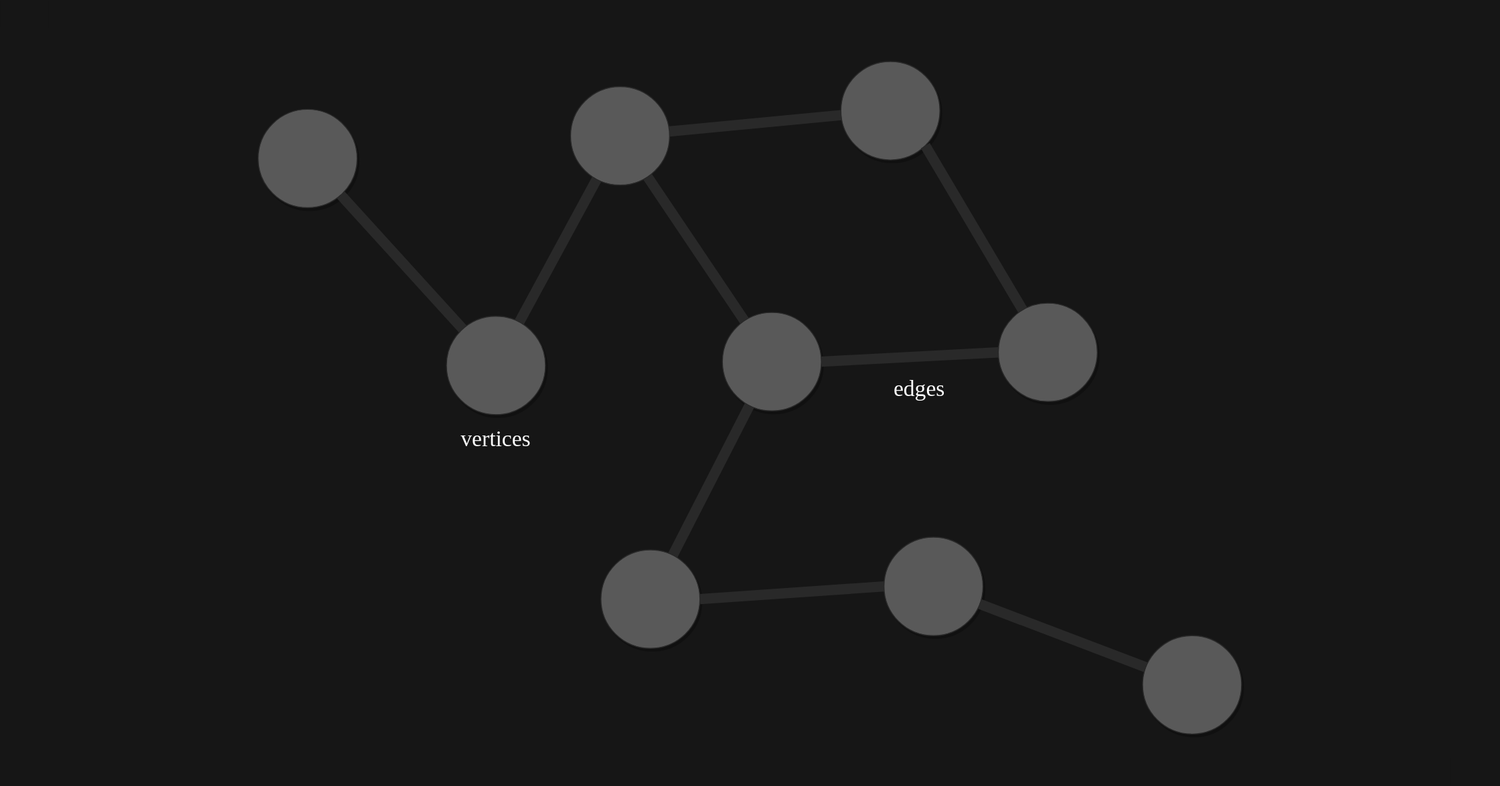
This is source/asset/mhs/graph.svg from jktrn/enscribe.dev-hexo, a draw.io export, as it was before one commit. Source tidied: cells renumbered, new cells last; positions are measured from the earlier drawing's top-left corner, leaving out a move shared by most shapes. The source it was exported from:
```xml
<mxGraphModel background="#161616">
  <root>
    <mxCell id="0" />
    <mxCell id="1" parent="0" />
    <mxCell id="2" style="whiteSpace=wrap;html=1;hachureGap=4;fontFamily=Architects Daughter;fontSource=https%3A%2F%2Ffonts.googleapis.com%2Fcss%3Ffamily%3DArchitects%2BDaughter;fontSize=20;strokeColor=none;rounded=0;glass=0;fillColor=#161616;fillStyle=solid;" parent="1" vertex="1">
      <mxGeometry width="51.6" height="29" as="geometry" />
    </mxCell>
    <mxCell id="3" style="whiteSpace=wrap;html=1;hachureGap=4;fontFamily=Architects Daughter;fontSource=https%3A%2F%2Ffonts.googleapis.com%2Fcss%3Ffamily%3DArchitects%2BDaughter;fontSize=20;strokeColor=none;rounded=0;glass=0;fillColor=#161616;fillStyle=solid;" parent="1" vertex="1">
      <mxGeometry x="1548" y="809" width="51.6" height="29" as="geometry" />
    </mxCell>
    <mxCell id="4" style="ellipse;whiteSpace=wrap;html=1;rounded=1;shadow=0;comic=0;labelBackgroundColor=none;strokeWidth=1;fontFamily=JetBrains Mono;fontSize=24;align=center;fontSource=https%3A%2F%2Ffonts.googleapis.com%2Fcss%3Ffamily%3DJetBrains%2BMono;fillColor=#595959;strokeColor=#292929;fontColor=#FFFFFF;" parent="1" vertex="1">
      <mxGeometry x="608.5" y="91.8" width="105.7" height="105.1" as="geometry" />
    </mxCell>
    <mxCell id="5" style="ellipse;whiteSpace=wrap;html=1;rounded=1;shadow=1;comic=0;labelBackgroundColor=none;strokeWidth=1;fontFamily=JetBrains Mono;fontSize=24;align=center;fontSource=https%3A%2F%2Ffonts.googleapis.com%2Fcss%3Ffamily%3DJetBrains%2BMono;fillColor=#595959;strokeColor=#292929;fontColor=#FFFFFF;" parent="1" vertex="1">
      <mxGeometry x="770.5" y="333" width="105.7" height="105.1" as="geometry" />
    </mxCell>
    <mxCell id="6" style="edgeStyle=none;rounded=1;html=1;labelBackgroundColor=none;startArrow=none;startFill=0;endArrow=none;endFill=0;jettySize=auto;strokeColor=#292929;strokeWidth=11;fontFamily=JetBrains Mono;fontSize=12;fontSource=https%3A%2F%2Ffonts.googleapis.com%2Fcss%3Ffamily%3DJetBrains%2BMono;" parent="1" edge="1" source="4" target="5">
      <mxGeometry relative="1" as="geometry" />
    </mxCell>
    <mxCell id="7" style="ellipse;whiteSpace=wrap;html=1;rounded=1;shadow=1;comic=0;labelBackgroundColor=none;strokeWidth=1;fontFamily=JetBrains Mono;fontSize=24;align=center;fontSource=https%3A%2F%2Ffonts.googleapis.com%2Fcss%3Ffamily%3DJetBrains%2BMono;fillColor=#595959;strokeColor=#292929;fontColor=#FFFFFF;" parent="1" vertex="1">
      <mxGeometry x="897" y="65" width="105.7" height="105.1" as="geometry" />
    </mxCell>
    <mxCell id="8" style="edgeStyle=none;rounded=1;html=1;labelBackgroundColor=none;startArrow=none;startFill=0;endArrow=none;endFill=0;jettySize=auto;strokeColor=#292929;strokeWidth=11;fontFamily=JetBrains Mono;fontSize=12;fontSource=https%3A%2F%2Ffonts.googleapis.com%2Fcss%3Ffamily%3DJetBrains%2BMono;" parent="1" edge="1" source="4" target="7">
      <mxGeometry relative="1" as="geometry" />
    </mxCell>
    <mxCell id="9" style="ellipse;whiteSpace=wrap;html=1;rounded=1;shadow=1;comic=0;labelBackgroundColor=none;strokeWidth=1;fontFamily=JetBrains Mono;fontSize=24;align=center;fontSource=https%3A%2F%2Ffonts.googleapis.com%2Fcss%3Ffamily%3DJetBrains%2BMono;fillColor=#595959;strokeColor=#292929;fontColor=#FFFFFF;" parent="1" vertex="1">
      <mxGeometry x="476" y="337" width="105.7" height="105.1" as="geometry" />
    </mxCell>
    <mxCell id="10" style="edgeStyle=none;rounded=1;html=1;labelBackgroundColor=none;startArrow=none;startFill=0;endArrow=none;endFill=0;jettySize=auto;strokeColor=#292929;strokeWidth=11;fontFamily=JetBrains Mono;fontSize=12;fontSource=https%3A%2F%2Ffonts.googleapis.com%2Fcss%3Ffamily%3DJetBrains%2BMono;" parent="1" edge="1" source="4" target="9">
      <mxGeometry relative="1" as="geometry" />
    </mxCell>
    <mxCell id="11" style="edgeStyle=none;jettySize=auto;html=1;strokeColor=#292929;strokeWidth=11;fontFamily=JetBrains Mono;fontSource=https%3A%2F%2Ffonts.googleapis.com%2Fcss%3Ffamily%3DJetBrains%2BMono;fontSize=24;fontColor=#FFFFFF;endArrow=none;endFill=0;" parent="1" edge="1" source="12" target="5">
      <mxGeometry relative="1" as="geometry" />
    </mxCell>
    <mxCell id="12" style="ellipse;whiteSpace=wrap;html=1;rounded=1;shadow=1;comic=0;labelBackgroundColor=none;strokeWidth=1;fontFamily=JetBrains Mono;fontSize=24;align=center;fontSource=https%3A%2F%2Ffonts.googleapis.com%2Fcss%3Ffamily%3DJetBrains%2BMono;fillColor=#595959;strokeColor=#292929;fontColor=#FFFFFF;" parent="1" vertex="1">
      <mxGeometry x="640.9" y="586.6" width="105.7" height="105.1" as="geometry" />
    </mxCell>
    <mxCell id="13" style="ellipse;whiteSpace=wrap;html=1;rounded=1;shadow=1;comic=0;labelBackgroundColor=none;strokeWidth=1;fontFamily=JetBrains Mono;fontSize=24;align=center;fontSource=https%3A%2F%2Ffonts.googleapis.com%2Fcss%3Ffamily%3DJetBrains%2BMono;fillColor=#595959;strokeColor=#292929;fontColor=#FFFFFF;" parent="1" vertex="1">
      <mxGeometry x="275" y="116" width="105.7" height="105.1" as="geometry" />
    </mxCell>
    <mxCell id="14" style="edgeStyle=none;rounded=1;html=1;labelBackgroundColor=none;startArrow=none;startFill=0;endArrow=none;endFill=0;jettySize=auto;strokeColor=#292929;strokeWidth=11;fontFamily=JetBrains Mono;fontSize=12;fontSource=https%3A%2F%2Ffonts.googleapis.com%2Fcss%3Ffamily%3DJetBrains%2BMono;" parent="1" edge="1" source="9" target="13">
      <mxGeometry relative="1" as="geometry" />
    </mxCell>
    <mxCell id="15" style="ellipse;whiteSpace=wrap;html=1;rounded=1;shadow=1;comic=0;labelBackgroundColor=none;strokeWidth=1;fontFamily=JetBrains Mono;fontSize=24;align=center;fontSource=https%3A%2F%2Ffonts.googleapis.com%2Fcss%3Ffamily%3DJetBrains%2BMono;fillColor=#595959;strokeColor=#292929;fontColor=#FFFFFF;" parent="1" vertex="1">
      <mxGeometry x="1065" y="323" width="105.7" height="105.1" as="geometry" />
    </mxCell>
    <mxCell id="16" style="ellipse;whiteSpace=wrap;html=1;rounded=1;shadow=1;comic=0;labelBackgroundColor=none;strokeWidth=1;fontFamily=JetBrains Mono;fontSize=24;align=center;fontSource=https%3A%2F%2Ffonts.googleapis.com%2Fcss%3Ffamily%3DJetBrains%2BMono;fillColor=#595959;strokeColor=#292929;fontColor=#FFFFFF;" parent="1" vertex="1">
      <mxGeometry x="1219" y="678.1" width="105.7" height="105.1" as="geometry" />
    </mxCell>
    <mxCell id="17" style="ellipse;whiteSpace=wrap;html=1;rounded=1;shadow=1;comic=0;labelBackgroundColor=none;strokeWidth=1;fontFamily=JetBrains Mono;fontSize=24;align=center;fontSource=https%3A%2F%2Ffonts.googleapis.com%2Fcss%3Ffamily%3DJetBrains%2BMono;fillColor=#595959;strokeColor=#292929;fontColor=#FFFFFF;" parent="1" vertex="1">
      <mxGeometry x="943" y="573" width="105.7" height="105.1" as="geometry" />
    </mxCell>
    <mxCell id="18" style="edgeStyle=none;rounded=1;html=1;labelBackgroundColor=none;startArrow=none;startFill=0;endArrow=none;endFill=0;jettySize=auto;strokeColor=#292929;strokeWidth=11;fontFamily=JetBrains Mono;fontSize=12;fontSource=https%3A%2F%2Ffonts.googleapis.com%2Fcss%3Ffamily%3DJetBrains%2BMono;exitX=1;exitY=1;exitDx=0;exitDy=0;" parent="1" edge="1" source="7" target="15">
      <mxGeometry relative="1" as="geometry" />
    </mxCell>
    <mxCell id="19" style="edgeStyle=none;jettySize=auto;html=1;strokeColor=#292929;strokeWidth=11;fontFamily=JetBrains Mono;fontSource=https%3A%2F%2Ffonts.googleapis.com%2Fcss%3Ffamily%3DJetBrains%2BMono;fontSize=24;fontColor=#FFFFFF;endArrow=none;endFill=0;entryX=0;entryY=0.5;entryDx=0;entryDy=0;exitX=1;exitY=0.5;exitDx=0;exitDy=0;" parent="1" edge="1" source="5" target="15">
      <mxGeometry relative="1" as="geometry" />
    </mxCell>
    <mxCell id="20" style="edgeStyle=none;jettySize=auto;html=1;strokeColor=#292929;strokeWidth=11;fontFamily=JetBrains Mono;fontSource=https%3A%2F%2Ffonts.googleapis.com%2Fcss%3Ffamily%3DJetBrains%2BMono;fontSize=24;fontColor=#FFFFFF;endArrow=none;endFill=0;exitX=1;exitY=0.5;exitDx=0;exitDy=0;entryX=0;entryY=0.5;entryDx=0;entryDy=0;" parent="1" edge="1" source="12" target="17">
      <mxGeometry relative="1" as="geometry" />
    </mxCell>
    <mxCell id="21" style="edgeStyle=none;jettySize=auto;html=1;strokeColor=#292929;strokeWidth=11;fontFamily=JetBrains Mono;fontSource=https%3A%2F%2Ffonts.googleapis.com%2Fcss%3Ffamily%3DJetBrains%2BMono;fontSize=24;fontColor=#FFFFFF;endArrow=none;endFill=0;" parent="1" edge="1" source="16" target="17">
      <mxGeometry relative="1" as="geometry" />
    </mxCell>
    <mxCell id="22" value="vertices" style="text;html=1;strokeColor=none;fillColor=none;align=center;verticalAlign=middle;whiteSpace=wrap;rounded=0;fontSize=24;fontFamily=JetBrains Mono;fontColor=#FFFFFF;" parent="1" vertex="1">
      <mxGeometry x="460.8" y="434" width="136" height="68" as="geometry" />
    </mxCell>
    <mxCell id="23" value="edges" style="text;html=1;strokeColor=none;fillColor=none;align=center;verticalAlign=middle;whiteSpace=wrap;rounded=0;fontSize=24;fontFamily=JetBrains Mono;fontColor=#FFFFFF;rotation=0;" parent="1" vertex="1">
      <mxGeometry x="912.7" y="397" width="136" height="37" as="geometry" />
    </mxCell>
  </root>
</mxGraphModel>
```
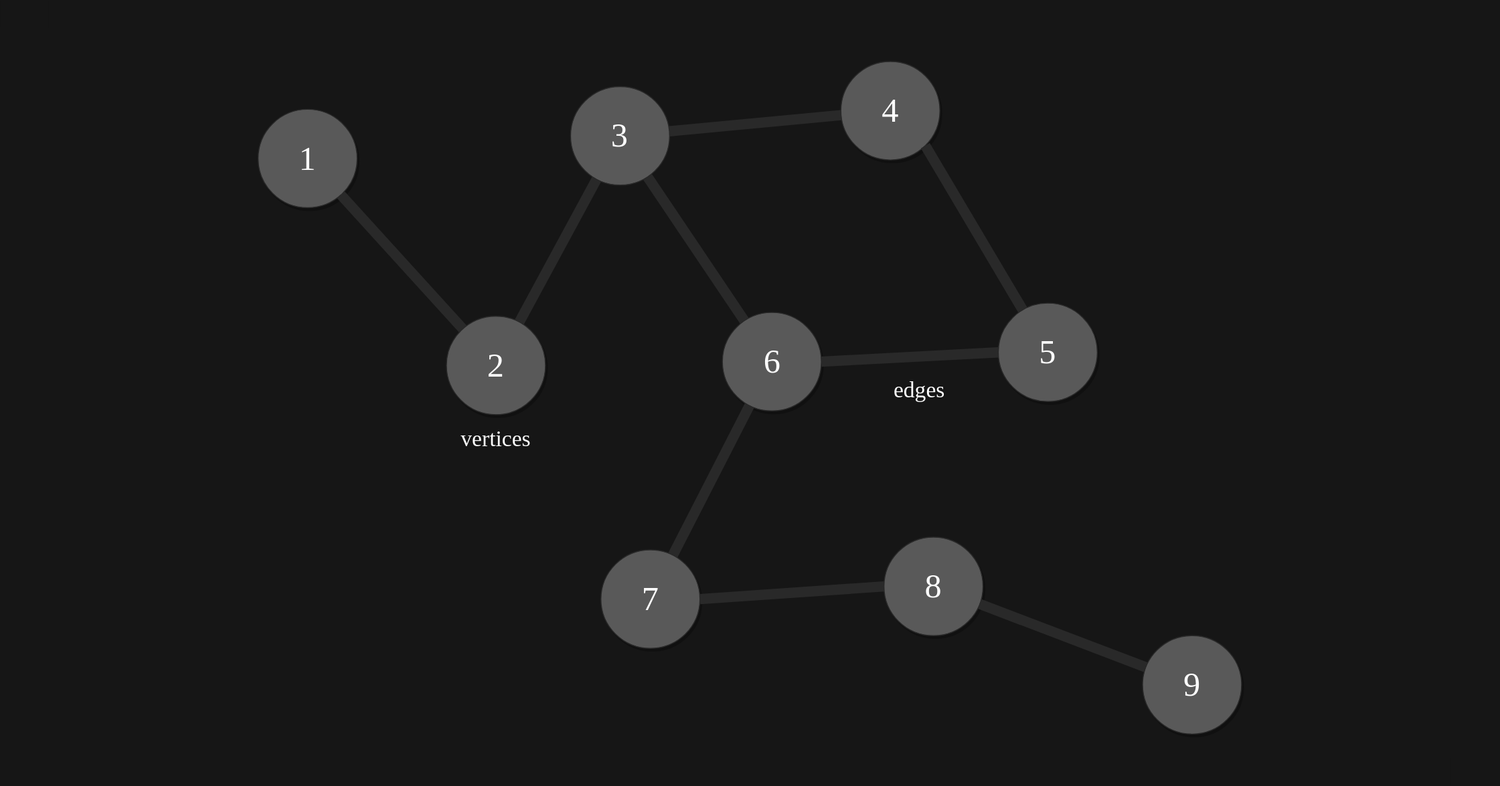
Above is the later version.

The edit, as a diff of the source:
```diff
@@ -8,22 +8,22 @@
     <mxCell id="3" style="whiteSpace=wrap;html=1;hachureGap=4;fontFamily=Architects Daughter;fontSource=https%3A%2F%2Ffonts.googleapis.com%2Fcss%3Ffamily%3DArchitects%2BDaughter;fontSize=20;strokeColor=none;rounded=0;glass=0;fillColor=#161616;fillStyle=solid;" parent="1" vertex="1">
       <mxGeometry x="1548" y="809" width="51.6" height="29" as="geometry" />
     </mxCell>
-    <mxCell id="4" style="ellipse;whiteSpace=wrap;html=1;rounded=1;shadow=0;comic=0;labelBackgroundColor=none;strokeWidth=1;fontFamily=JetBrains Mono;fontSize=24;align=center;fontSource=https%3A%2F%2Ffonts.googleapis.com%2Fcss%3Ffamily%3DJetBrains%2BMono;fillColor=#595959;strokeColor=#292929;fontColor=#FFFFFF;" parent="1" vertex="1">
+    <mxCell id="4" value="3" style="ellipse;whiteSpace=wrap;html=1;rounded=1;shadow=0;comic=0;labelBackgroundColor=none;strokeWidth=1;fontFamily=JetBrains Mono;fontSize=36;align=center;fontSource=https%3A%2F%2Ffonts.googleapis.com%2Fcss%3Ffamily%3DJetBrains%2BMono;fillColor=#595959;strokeColor=#292929;fontColor=#FFFFFF;" parent="1" vertex="1">
       <mxGeometry x="608.5" y="91.8" width="105.7" height="105.1" as="geometry" />
     </mxCell>
-    <mxCell id="5" style="ellipse;whiteSpace=wrap;html=1;rounded=1;shadow=1;comic=0;labelBackgroundColor=none;strokeWidth=1;fontFamily=JetBrains Mono;fontSize=24;align=center;fontSource=https%3A%2F%2Ffonts.googleapis.com%2Fcss%3Ffamily%3DJetBrains%2BMono;fillColor=#595959;strokeColor=#292929;fontColor=#FFFFFF;" parent="1" vertex="1">
+    <mxCell id="5" value="6" style="ellipse;whiteSpace=wrap;html=1;rounded=1;shadow=1;comic=0;labelBackgroundColor=none;strokeWidth=1;fontFamily=JetBrains Mono;fontSize=36;align=center;fontSource=https%3A%2F%2Ffonts.googleapis.com%2Fcss%3Ffamily%3DJetBrains%2BMono;fillColor=#595959;strokeColor=#292929;fontColor=#FFFFFF;" parent="1" vertex="1">
       <mxGeometry x="770.5" y="333" width="105.7" height="105.1" as="geometry" />
     </mxCell>
     <mxCell id="6" style="edgeStyle=none;rounded=1;html=1;labelBackgroundColor=none;startArrow=none;startFill=0;endArrow=none;endFill=0;jettySize=auto;strokeColor=#292929;strokeWidth=11;fontFamily=JetBrains Mono;fontSize=12;fontSource=https%3A%2F%2Ffonts.googleapis.com%2Fcss%3Ffamily%3DJetBrains%2BMono;" parent="1" edge="1" source="4" target="5">
       <mxGeometry relative="1" as="geometry" />
     </mxCell>
-    <mxCell id="7" style="ellipse;whiteSpace=wrap;html=1;rounded=1;shadow=1;comic=0;labelBackgroundColor=none;strokeWidth=1;fontFamily=JetBrains Mono;fontSize=24;align=center;fontSource=https%3A%2F%2Ffonts.googleapis.com%2Fcss%3Ffamily%3DJetBrains%2BMono;fillColor=#595959;strokeColor=#292929;fontColor=#FFFFFF;" parent="1" vertex="1">
+    <mxCell id="7" value="4" style="ellipse;whiteSpace=wrap;html=1;rounded=1;shadow=1;comic=0;labelBackgroundColor=none;strokeWidth=1;fontFamily=JetBrains Mono;fontSize=36;align=center;fontSource=https%3A%2F%2Ffonts.googleapis.com%2Fcss%3Ffamily%3DJetBrains%2BMono;fillColor=#595959;strokeColor=#292929;fontColor=#FFFFFF;" parent="1" vertex="1">
       <mxGeometry x="897" y="65" width="105.7" height="105.1" as="geometry" />
     </mxCell>
     <mxCell id="8" style="edgeStyle=none;rounded=1;html=1;labelBackgroundColor=none;startArrow=none;startFill=0;endArrow=none;endFill=0;jettySize=auto;strokeColor=#292929;strokeWidth=11;fontFamily=JetBrains Mono;fontSize=12;fontSource=https%3A%2F%2Ffonts.googleapis.com%2Fcss%3Ffamily%3DJetBrains%2BMono;" parent="1" edge="1" source="4" target="7">
       <mxGeometry relative="1" as="geometry" />
     </mxCell>
-    <mxCell id="9" style="ellipse;whiteSpace=wrap;html=1;rounded=1;shadow=1;comic=0;labelBackgroundColor=none;strokeWidth=1;fontFamily=JetBrains Mono;fontSize=24;align=center;fontSource=https%3A%2F%2Ffonts.googleapis.com%2Fcss%3Ffamily%3DJetBrains%2BMono;fillColor=#595959;strokeColor=#292929;fontColor=#FFFFFF;" parent="1" vertex="1">
+    <mxCell id="9" value="2" style="ellipse;whiteSpace=wrap;html=1;rounded=1;shadow=1;comic=0;labelBackgroundColor=none;strokeWidth=1;fontFamily=JetBrains Mono;fontSize=36;align=center;fontSource=https%3A%2F%2Ffonts.googleapis.com%2Fcss%3Ffamily%3DJetBrains%2BMono;fillColor=#595959;strokeColor=#292929;fontColor=#FFFFFF;" parent="1" vertex="1">
       <mxGeometry x="476" y="337" width="105.7" height="105.1" as="geometry" />
     </mxCell>
     <mxCell id="10" style="edgeStyle=none;rounded=1;html=1;labelBackgroundColor=none;startArrow=none;startFill=0;endArrow=none;endFill=0;jettySize=auto;strokeColor=#292929;strokeWidth=11;fontFamily=JetBrains Mono;fontSize=12;fontSource=https%3A%2F%2Ffonts.googleapis.com%2Fcss%3Ffamily%3DJetBrains%2BMono;" parent="1" edge="1" source="4" target="9">
@@ -32,22 +32,22 @@
     <mxCell id="11" style="edgeStyle=none;jettySize=auto;html=1;strokeColor=#292929;strokeWidth=11;fontFamily=JetBrains Mono;fontSource=https%3A%2F%2Ffonts.googleapis.com%2Fcss%3Ffamily%3DJetBrains%2BMono;fontSize=24;fontColor=#FFFFFF;endArrow=none;endFill=0;" parent="1" edge="1" source="12" target="5">
       <mxGeometry relative="1" as="geometry" />
     </mxCell>
-    <mxCell id="12" style="ellipse;whiteSpace=wrap;html=1;rounded=1;shadow=1;comic=0;labelBackgroundColor=none;strokeWidth=1;fontFamily=JetBrains Mono;fontSize=24;align=center;fontSource=https%3A%2F%2Ffonts.googleapis.com%2Fcss%3Ffamily%3DJetBrains%2BMono;fillColor=#595959;strokeColor=#292929;fontColor=#FFFFFF;" parent="1" vertex="1">
+    <mxCell id="12" value="7" style="ellipse;whiteSpace=wrap;html=1;rounded=1;shadow=1;comic=0;labelBackgroundColor=none;strokeWidth=1;fontFamily=JetBrains Mono;fontSize=36;align=center;fontSource=https%3A%2F%2Ffonts.googleapis.com%2Fcss%3Ffamily%3DJetBrains%2BMono;fillColor=#595959;strokeColor=#292929;fontColor=#FFFFFF;" parent="1" vertex="1">
       <mxGeometry x="640.9" y="586.6" width="105.7" height="105.1" as="geometry" />
     </mxCell>
-    <mxCell id="13" style="ellipse;whiteSpace=wrap;html=1;rounded=1;shadow=1;comic=0;labelBackgroundColor=none;strokeWidth=1;fontFamily=JetBrains Mono;fontSize=24;align=center;fontSource=https%3A%2F%2Ffonts.googleapis.com%2Fcss%3Ffamily%3DJetBrains%2BMono;fillColor=#595959;strokeColor=#292929;fontColor=#FFFFFF;" parent="1" vertex="1">
+    <mxCell id="13" value="1" style="ellipse;whiteSpace=wrap;html=1;rounded=1;shadow=1;comic=0;labelBackgroundColor=none;strokeWidth=1;fontFamily=JetBrains Mono;fontSize=36;align=center;fontSource=https%3A%2F%2Ffonts.googleapis.com%2Fcss%3Ffamily%3DJetBrains%2BMono;fillColor=#595959;strokeColor=#292929;fontColor=#FFFFFF;" parent="1" vertex="1">
       <mxGeometry x="275" y="116" width="105.7" height="105.1" as="geometry" />
     </mxCell>
     <mxCell id="14" style="edgeStyle=none;rounded=1;html=1;labelBackgroundColor=none;startArrow=none;startFill=0;endArrow=none;endFill=0;jettySize=auto;strokeColor=#292929;strokeWidth=11;fontFamily=JetBrains Mono;fontSize=12;fontSource=https%3A%2F%2Ffonts.googleapis.com%2Fcss%3Ffamily%3DJetBrains%2BMono;" parent="1" edge="1" source="9" target="13">
       <mxGeometry relative="1" as="geometry" />
     </mxCell>
-    <mxCell id="15" style="ellipse;whiteSpace=wrap;html=1;rounded=1;shadow=1;comic=0;labelBackgroundColor=none;strokeWidth=1;fontFamily=JetBrains Mono;fontSize=24;align=center;fontSource=https%3A%2F%2Ffonts.googleapis.com%2Fcss%3Ffamily%3DJetBrains%2BMono;fillColor=#595959;strokeColor=#292929;fontColor=#FFFFFF;" parent="1" vertex="1">
+    <mxCell id="15" value="5" style="ellipse;whiteSpace=wrap;html=1;rounded=1;shadow=1;comic=0;labelBackgroundColor=none;strokeWidth=1;fontFamily=JetBrains Mono;fontSize=36;align=center;fontSource=https%3A%2F%2Ffonts.googleapis.com%2Fcss%3Ffamily%3DJetBrains%2BMono;fillColor=#595959;strokeColor=#292929;fontColor=#FFFFFF;" parent="1" vertex="1">
       <mxGeometry x="1065" y="323" width="105.7" height="105.1" as="geometry" />
     </mxCell>
-    <mxCell id="16" style="ellipse;whiteSpace=wrap;html=1;rounded=1;shadow=1;comic=0;labelBackgroundColor=none;strokeWidth=1;fontFamily=JetBrains Mono;fontSize=24;align=center;fontSource=https%3A%2F%2Ffonts.googleapis.com%2Fcss%3Ffamily%3DJetBrains%2BMono;fillColor=#595959;strokeColor=#292929;fontColor=#FFFFFF;" parent="1" vertex="1">
+    <mxCell id="16" value="9" style="ellipse;whiteSpace=wrap;html=1;rounded=1;shadow=1;comic=0;labelBackgroundColor=none;strokeWidth=1;fontFamily=JetBrains Mono;fontSize=36;align=center;fontSource=https%3A%2F%2Ffonts.googleapis.com%2Fcss%3Ffamily%3DJetBrains%2BMono;fillColor=#595959;strokeColor=#292929;fontColor=#FFFFFF;" parent="1" vertex="1">
       <mxGeometry x="1219" y="678.1" width="105.7" height="105.1" as="geometry" />
     </mxCell>
-    <mxCell id="17" style="ellipse;whiteSpace=wrap;html=1;rounded=1;shadow=1;comic=0;labelBackgroundColor=none;strokeWidth=1;fontFamily=JetBrains Mono;fontSize=24;align=center;fontSource=https%3A%2F%2Ffonts.googleapis.com%2Fcss%3Ffamily%3DJetBrains%2BMono;fillColor=#595959;strokeColor=#292929;fontColor=#FFFFFF;" parent="1" vertex="1">
+    <mxCell id="17" value="8" style="ellipse;whiteSpace=wrap;html=1;rounded=1;shadow=1;comic=0;labelBackgroundColor=none;strokeWidth=1;fontFamily=JetBrains Mono;fontSize=36;align=center;fontSource=https%3A%2F%2Ffonts.googleapis.com%2Fcss%3Ffamily%3DJetBrains%2BMono;fillColor=#595959;strokeColor=#292929;fontColor=#FFFFFF;" parent="1" vertex="1">
       <mxGeometry x="943" y="573" width="105.7" height="105.1" as="geometry" />
     </mxCell>
     <mxCell id="18" style="edgeStyle=none;rounded=1;html=1;labelBackgroundColor=none;startArrow=none;startFill=0;endArrow=none;endFill=0;jettySize=auto;strokeColor=#292929;strokeWidth=11;fontFamily=JetBrains Mono;fontSize=12;fontSource=https%3A%2F%2Ffonts.googleapis.com%2Fcss%3Ffamily%3DJetBrains%2BMono;exitX=1;exitY=1;exitDx=0;exitDy=0;" parent="1" edge="1" source="7" target="15">
```
